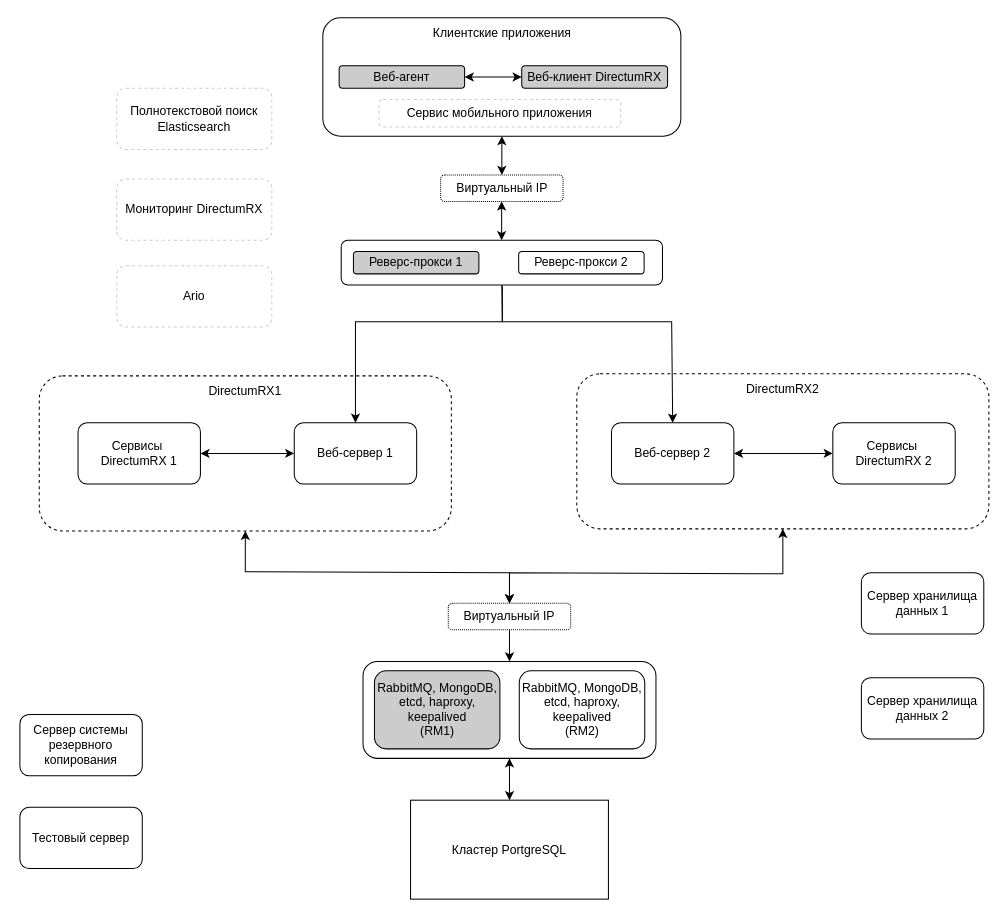
This is Alpha.drawio from RGNGIT/acl-server, a draw.io file, before an edit. Source tidied: cells renumbered, new cells numbered last; positions are measured from the earlier drawing's top-left corner, leaving out a move shared by most shapes. Both pictures are drawn from the tidied source at 102%, with x=0, y=0 at pixel (19, 17).
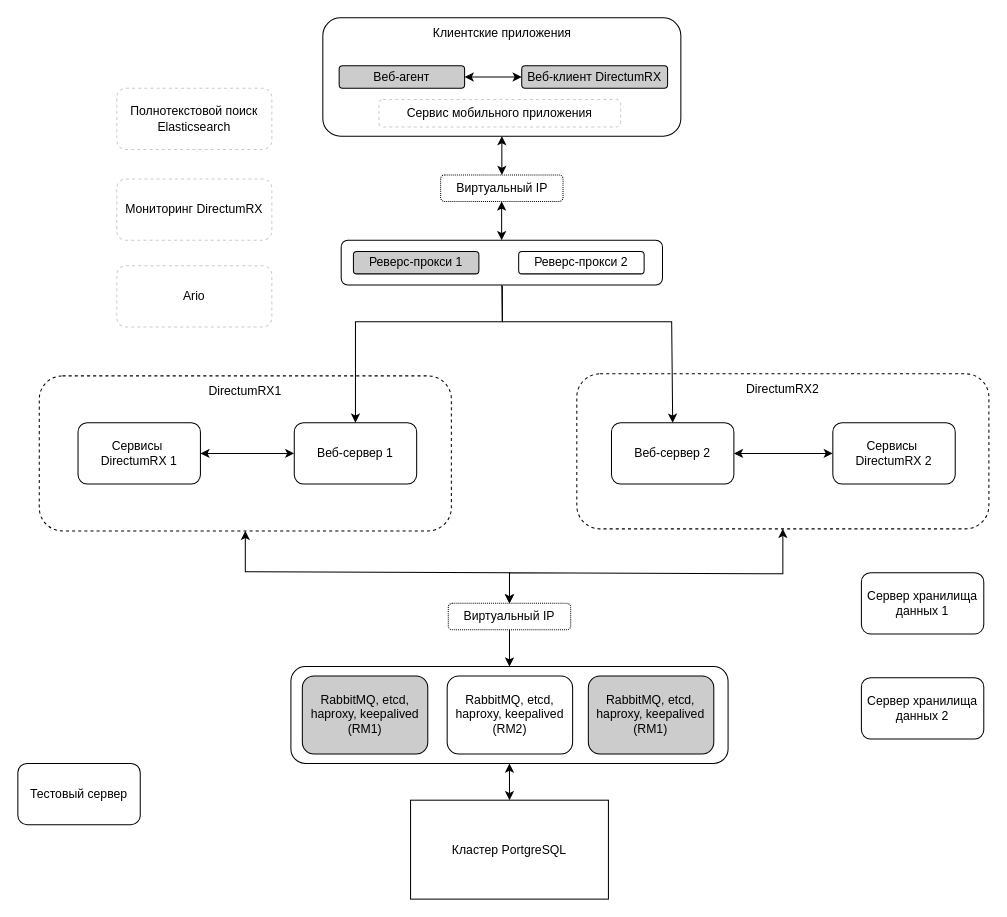
The same diagram, later.

The edit, as a diff of the source:
```diff
@@
     <mxCell id="28" style="rounded=1;whiteSpace=wrap;html=1;" parent="1" vertex="1">
-      <mxGeometry x="336.4" y="631" width="287.2" height="95" as="geometry" />
+      <mxGeometry x="265.7" y="636" width="428.6" height="95" as="geometry" />
     </mxCell>
-    <mxCell id="29" value="RabbitMQ, MongoDB, etcd, haproxy, keepalived&lt;br&gt;(RM1)" style="rounded=1;whiteSpace=wrap;html=1;fillColor=#CCCCCC;" parent="1" vertex="1">
-      <mxGeometry x="347.6" y="640.2" width="123" height="76.5" as="geometry" />
+    <mxCell id="29" value="RabbitMQ, etcd, haproxy, keepalived&lt;br&gt;(RM1)" style="rounded=1;whiteSpace=wrap;html=1;fillColor=#CCCCCC;" parent="1" vertex="1">
+      <mxGeometry x="276.9" y="645.2" width="123" height="76.5" as="geometry" />
     </mxCell>
-    <mxCell id="30" value="RabbitMQ, MongoDB, etcd, haproxy, keepalived&lt;br&gt;(RM2)" style="rounded=1;whiteSpace=wrap;html=1;fillColor=#FFFFFF;" parent="1" vertex="1">
-      <mxGeometry x="489.6" y="640.2" width="123" height="76.5" as="geometry" />
+    <mxCell id="30" value="RabbitMQ, etcd, haproxy, keepalived&lt;br&gt;(RM2)" style="rounded=1;whiteSpace=wrap;html=1;fillColor=#FFFFFF;" parent="1" vertex="1">
+      <mxGeometry x="418.9" y="645.2" width="123" height="76.5" as="geometry" />
     </mxCell>
@@
-    <mxCell id="34" value="Сервер системы резервного копирования" style="rounded=1;whiteSpace=wrap;html=1;" parent="1" vertex="1">
-      <mxGeometry y="683" width="120" height="60" as="geometry" />
-    </mxCell>
@@
     <mxCell id="41" value="Тестовый сервер" style="rounded=1;whiteSpace=wrap;html=1;" parent="1" vertex="1">
-      <mxGeometry y="774" width="120" height="60" as="geometry" />
+      <mxGeometry x="-2" y="731" width="120" height="60" as="geometry" />
     </mxCell>
+    <mxCell id="42" value="RabbitMQ, etcd, haproxy, keepalived&lt;br&gt;(RM1)" style="rounded=1;whiteSpace=wrap;html=1;fillColor=#CCCCCC;" parent="1" vertex="1">
+      <mxGeometry x="557.3" y="645.2" width="123" height="76.5" as="geometry" />
+    </mxCell>
```
